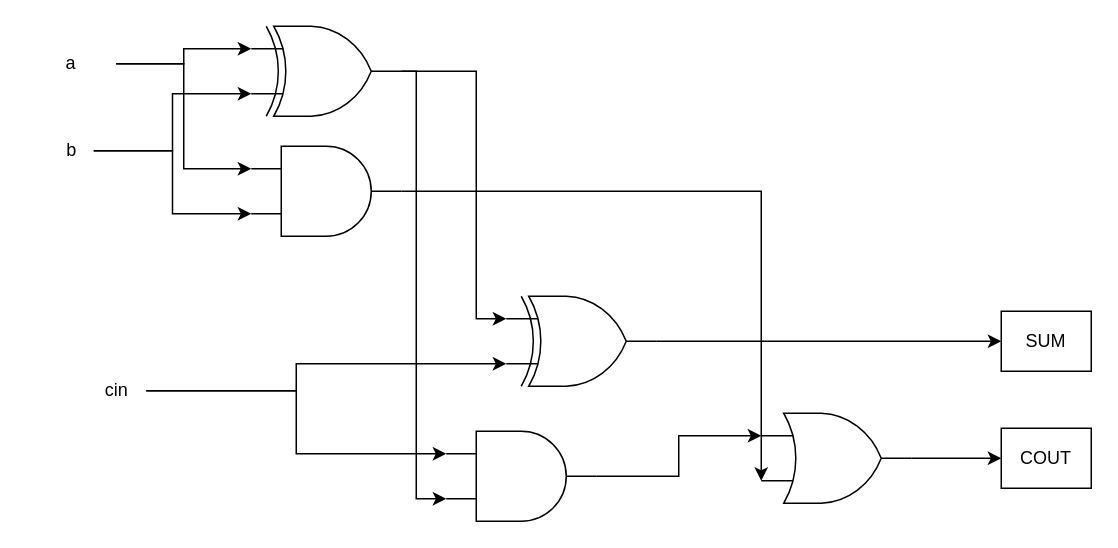
Earlier version of the draw.io diagram 一位加法器.drawio (0zhouzhou0/-). Source tidied: cells renumbered, new cells numbered last; positions are measured from the earlier drawing's top-left corner, leaving out a move shared by most shapes. Both pictures are drawn from the tidied source at 150%, with x=0, y=0 at pixel (26, 26).
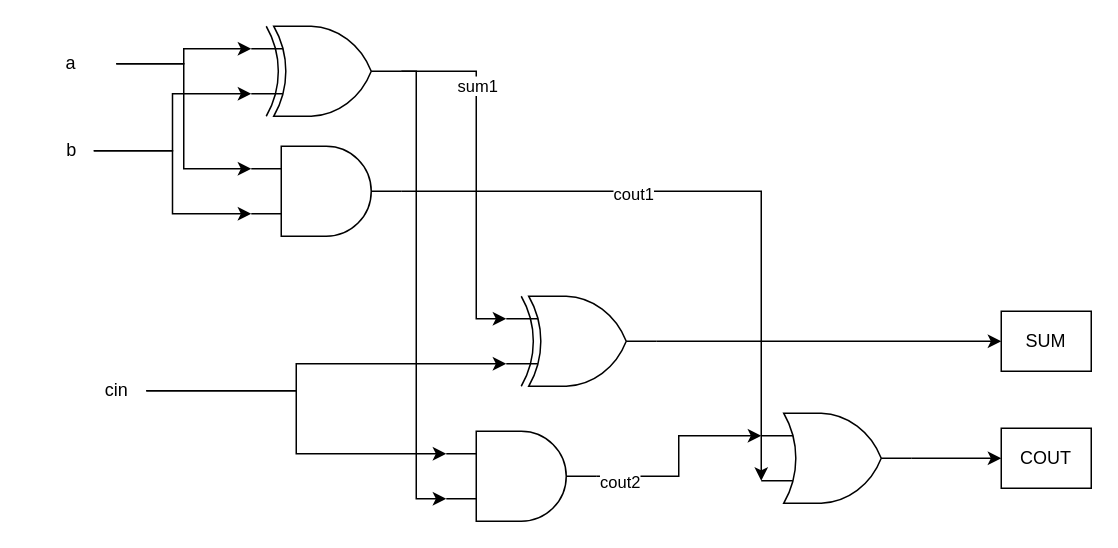
The same page after the edit.

Commit message:
更新一位加法器.drawio

The change refers to these unchanged cells:
```xml
<mxCell id="2" style="edgeStyle=orthogonalEdgeStyle;rounded=0;jettySize=auto;html=1;entryX=0;entryY=0.75;entryDx=0;entryDy=0;entryPerimeter=0;exitX=1;exitY=0.5;exitDx=0;exitDy=0;exitPerimeter=0;" parent="1" edge="1" source="3" target="23">
  <mxGeometry relative="1" as="geometry">
    <Array as="points">
      <mxPoint x="490" y="110" />
    </Array>
  </mxGeometry>
</mxCell>
<mxCell id="4" style="edgeStyle=orthogonalEdgeStyle;rounded=0;jettySize=auto;html=1;exitX=1;exitY=0.5;exitDx=0;exitDy=0;exitPerimeter=0;entryX=0;entryY=0.25;entryDx=0;entryDy=0;entryPerimeter=0;" parent="1" edge="1" source="6" target="14">
  <mxGeometry relative="1" as="geometry">
    <Array as="points">
      <mxPoint x="300" y="30" />
      <mxPoint x="300" y="195" />
    </Array>
  </mxGeometry>
</mxCell>
<mxCell id="15" style="edgeStyle=orthogonalEdgeStyle;rounded=0;jettySize=auto;html=1;entryX=0;entryY=0.25;entryDx=0;entryDy=0;entryPerimeter=0;" parent="1" edge="1" source="16" target="23">
  <mxGeometry relative="1" as="geometry" />
</mxCell>
```

Change to the diagram source:
```diff
@@
+    <mxCell id="24" value="cout1" style="edgeLabel;html=1;align=center;verticalAlign=middle;" parent="2" vertex="1">
+      <mxGeometry x="-0.29" y="-1" relative="1" as="geometry" />
+    </mxCell>
@@
+    <mxCell id="25" value="sum1" style="edgeLabel;html=1;align=center;verticalAlign=middle;" parent="4" vertex="1">
+      <mxGeometry x="-0.5" relative="1" as="geometry" />
+    </mxCell>
@@
+    <mxCell id="26" value="cout2" style="edgeLabel;html=1;align=center;verticalAlign=middle;" parent="15" vertex="1">
+      <mxGeometry x="-0.78" y="-3" relative="1" as="geometry" />
+    </mxCell>
```
